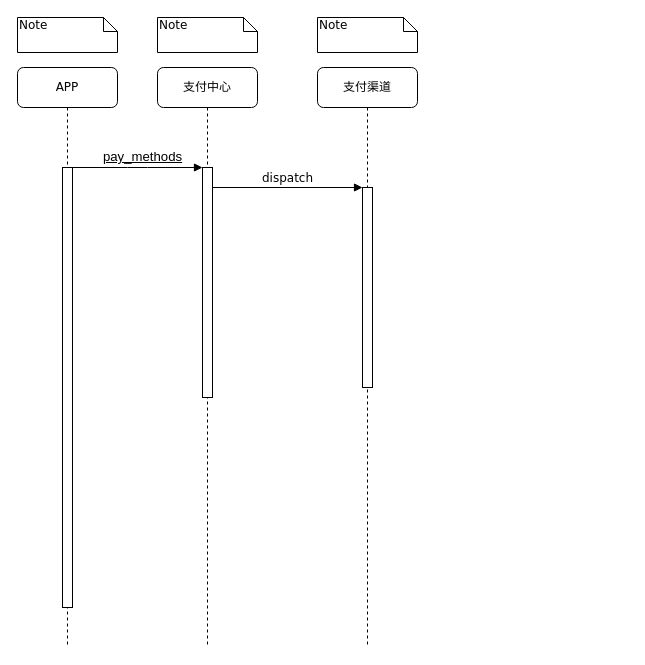
Before: page "收银台流程图" (1 of 3) of Untitled Diagram.drawio in onlymuxia/Markdown, a draw.io diagram. Source tidied: cells renumbered, new cells numbered last; positions are measured from the earlier drawing's top-left corner, leaving out a move shared by most shapes. Both pictures are drawn from the tidied source at 100%, with x=0, y=0 at pixel (17, 17).
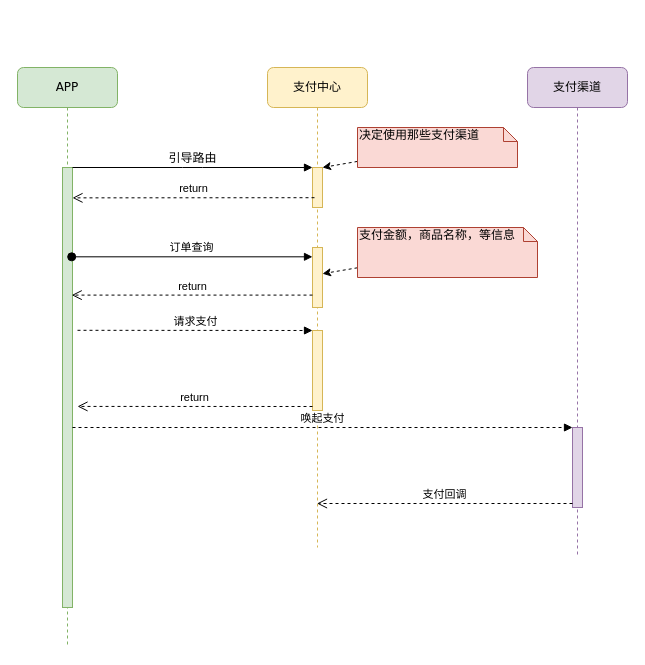
The same diagram, later.

Diff of the diagram source:
```diff
@@
-    <mxCell id="2" value="支付中心" style="shape=umlLifeline;perimeter=lifelinePerimeter;whiteSpace=wrap;html=1;outlineConnect=0;rounded=1;shadow=0;comic=0;labelBackgroundColor=none;strokeWidth=1;fontFamily=Verdana;fontSize=12;align=center;" parent="1" vertex="1">
-      <mxGeometry x="140" y="50" width="100" height="580" as="geometry" />
+    <mxCell id="2" value="支付中心" style="shape=umlLifeline;perimeter=lifelinePerimeter;whiteSpace=wrap;html=1;outlineConnect=0;rounded=1;shadow=0;comic=0;labelBackgroundColor=none;strokeWidth=1;fontFamily=Verdana;fontSize=12;align=center;fillColor=#fff2cc;strokeColor=#d6b656;" parent="1" vertex="1">
+      <mxGeometry x="250" y="50" width="100" height="480" as="geometry" />
     </mxCell>
-    <mxCell id="3" style="html=1;points=[];perimeter=orthogonalPerimeter;rounded=0;shadow=0;comic=0;labelBackgroundColor=none;strokeWidth=1;fontFamily=Verdana;fontSize=12;align=center;" parent="2" vertex="1">
-      <mxGeometry x="45" y="100" width="10" height="230" as="geometry" />
+    <mxCell id="3" style="html=1;points=[];perimeter=orthogonalPerimeter;rounded=0;shadow=0;comic=0;labelBackgroundColor=none;strokeWidth=1;fontFamily=Verdana;fontSize=12;align=center;fillColor=#fff2cc;strokeColor=#d6b656;" parent="2" vertex="1">
+      <mxGeometry x="45" y="100" width="10" height="40" as="geometry" />
     </mxCell>
+    <mxCell id="13" style="html=1;points=[];perimeter=orthogonalPerimeter;fillColor=#fff2cc;strokeColor=#d6b656;" parent="2" vertex="1">
+      <mxGeometry x="45" y="180" width="10" height="60" as="geometry" />
+    </mxCell>
+    <mxCell id="14" style="html=1;points=[];perimeter=orthogonalPerimeter;fillColor=#fff2cc;strokeColor=#d6b656;" parent="2" vertex="1">
+      <mxGeometry x="45" y="263" width="10" height="80" as="geometry" />
+    </mxCell>
-    <mxCell id="4" value="支付渠道" style="shape=umlLifeline;perimeter=lifelinePerimeter;whiteSpace=wrap;html=1;rounded=1;shadow=0;comic=0;labelBackgroundColor=none;strokeWidth=1;fontFamily=Verdana;fontSize=12;align=center;" parent="1" vertex="1">
-      <mxGeometry x="300" y="50" width="100" height="580" as="geometry" />
+    <mxCell id="4" value="支付渠道" style="shape=umlLifeline;perimeter=lifelinePerimeter;whiteSpace=wrap;html=1;rounded=1;shadow=0;comic=0;labelBackgroundColor=none;strokeWidth=1;fontFamily=Verdana;fontSize=12;align=center;fillColor=#e1d5e7;strokeColor=#9673a6;" parent="1" vertex="1">
+      <mxGeometry x="510" y="50" width="100" height="490" as="geometry" />
     </mxCell>
-    <mxCell id="5" style="html=1;points=[];perimeter=orthogonalPerimeter;rounded=0;shadow=0;comic=0;labelBackgroundColor=none;strokeWidth=1;fontFamily=Verdana;fontSize=12;align=center;" parent="4" vertex="1">
-      <mxGeometry x="45" y="120" width="10" height="200" as="geometry" />
-    </mxCell>
+    <mxCell id="15" style="html=1;points=[];perimeter=orthogonalPerimeter;fillColor=#e1d5e7;strokeColor=#9673a6;" parent="4" vertex="1">
+      <mxGeometry x="45" y="360" width="10" height="80" as="geometry" />
+    </mxCell>
-    <mxCell id="6" value="APP" style="shape=umlLifeline;perimeter=lifelinePerimeter;whiteSpace=wrap;html=1;rounded=1;shadow=0;comic=0;labelBackgroundColor=none;strokeWidth=1;fontFamily=Verdana;fontSize=12;align=center;" parent="1" vertex="1">
+    <mxCell id="6" value="APP" style="shape=umlLifeline;perimeter=lifelinePerimeter;whiteSpace=wrap;html=1;rounded=1;shadow=0;comic=0;labelBackgroundColor=none;strokeWidth=1;fontFamily=Verdana;fontSize=12;align=center;fillColor=#d5e8d4;strokeColor=#82b366;" parent="1" vertex="1">
       <mxGeometry y="50" width="100" height="580" as="geometry" />
     </mxCell>
-    <mxCell id="7" style="html=1;points=[];perimeter=orthogonalPerimeter;rounded=0;shadow=0;comic=0;labelBackgroundColor=none;strokeWidth=1;fontFamily=Verdana;fontSize=12;align=center;" parent="6" vertex="1">
+    <mxCell id="7" style="html=1;points=[];perimeter=orthogonalPerimeter;rounded=0;shadow=0;comic=0;labelBackgroundColor=none;strokeWidth=1;fontFamily=Verdana;fontSize=12;align=center;fillColor=#d5e8d4;strokeColor=#82b366;" parent="6" vertex="1">
       <mxGeometry x="45" y="100" width="10" height="440" as="geometry" />
     </mxCell>
-    <mxCell id="8" value="&lt;h3 style=&quot;margin: 0px ; padding: 0px ; border: 0px ; font-weight: inherit ; font-stretch: inherit ; font-size: 1.1em ; line-height: 1.1em ; font-family: &amp;#34;droid sans&amp;#34; , sans-serif ; vertical-align: baseline ; clear: none ; width: auto ; text-align: left ; white-space: normal&quot;&gt;&lt;span class=&quot;path&quot; style=&quot;margin: 0px ; padding: 0px 0px 0px 10px ; border: 0px ; font: inherit ; vertical-align: baseline&quot;&gt;&lt;a href=&quot;https://paytest.baojunev.com/payplugin/swagger-ui.html#!/243412354836335300012550921475/getPayMethodsUsingGET&quot; class=&quot;toggleOperation &quot; style=&quot;margin: 0px ; padding: 0px ; border: 0px ; font: inherit ; vertical-align: baseline ; color: black&quot;&gt;pay_methods&lt;/a&gt;&lt;/span&gt;&lt;/h3&gt;" style="html=1;verticalAlign=bottom;endArrow=block;entryX=0;entryY=0;labelBackgroundColor=none;fontFamily=Verdana;fontSize=12;edgeStyle=elbowEdgeStyle;elbow=vertical;" parent="1" edge="1" source="7" target="3">
+    <mxCell id="8" value="引导路由" style="html=1;verticalAlign=bottom;endArrow=block;entryX=0;entryY=0;labelBackgroundColor=none;fontFamily=Verdana;fontSize=12;edgeStyle=elbowEdgeStyle;elbow=vertical;" parent="1" edge="1" source="7" target="3">
       <mxGeometry relative="1" as="geometry" />
     </mxCell>
-    <mxCell id="9" value="dispatch" style="html=1;verticalAlign=bottom;endArrow=block;entryX=0;entryY=0;labelBackgroundColor=none;fontFamily=Verdana;fontSize=12;edgeStyle=elbowEdgeStyle;elbow=vertical;" parent="1" edge="1" source="3" target="5">
-      <mxGeometry relative="1" as="geometry" />
-    </mxCell>
+    <mxCell id="16" style="rounded=0;jettySize=auto;html=1;dashed=1;" parent="1" edge="1" source="10" target="3">
+      <mxGeometry relative="1" as="geometry" />
+    </mxCell>
-    <mxCell id="10" value="Note" style="shape=note;whiteSpace=wrap;html=1;size=14;verticalAlign=top;align=left;spacingTop=-6;rounded=0;shadow=0;comic=0;labelBackgroundColor=none;strokeWidth=1;fontFamily=Verdana;fontSize=12;" parent="1" vertex="1">
-      <mxGeometry width="100" height="35" as="geometry" />
+    <mxCell id="10" value="决定使用那些支付渠道" style="shape=note;whiteSpace=wrap;html=1;size=14;verticalAlign=top;align=left;spacingTop=-6;rounded=0;shadow=0;comic=0;labelBackgroundColor=none;strokeWidth=1;fontFamily=Verdana;fontSize=12;fillColor=#fad9d5;strokeColor=#ae4132;" parent="1" vertex="1">
+      <mxGeometry x="340" y="110" width="160" height="40" as="geometry" />
     </mxCell>
-    <mxCell id="11" value="Note" style="shape=note;whiteSpace=wrap;html=1;size=14;verticalAlign=top;align=left;spacingTop=-6;rounded=0;shadow=0;comic=0;labelBackgroundColor=none;strokeWidth=1;fontFamily=Verdana;fontSize=12;" parent="1" vertex="1">
-      <mxGeometry x="140" width="100" height="35" as="geometry" />
-    </mxCell>
-    <mxCell id="12" value="Note" style="shape=note;whiteSpace=wrap;html=1;size=14;verticalAlign=top;align=left;spacingTop=-6;rounded=0;shadow=0;comic=0;labelBackgroundColor=none;strokeWidth=1;fontFamily=Verdana;fontSize=12;" parent="1" vertex="1">
-      <mxGeometry x="300" width="100" height="35" as="geometry" />
-    </mxCell>
+    <mxCell id="17" value="return" style="html=1;verticalAlign=bottom;endArrow=open;dashed=1;endSize=8;entryX=1;entryY=0.069;entryDx=0;entryDy=0;entryPerimeter=0;exitX=0.2;exitY=0.755;exitDx=0;exitDy=0;exitPerimeter=0;" parent="1" edge="1" source="3" target="7">
+      <mxGeometry relative="1" as="geometry" />
+    </mxCell>
+    <mxCell id="18" value="订单查询" style="html=1;verticalAlign=bottom;startArrow=oval;endArrow=block;startSize=8;exitX=0.92;exitY=0.203;exitDx=0;exitDy=0;exitPerimeter=0;" parent="1" edge="1" source="7" target="13">
+      <mxGeometry relative="1" as="geometry" />
+    </mxCell>
+    <mxCell id="19" value="return" style="html=1;verticalAlign=bottom;endArrow=open;dashed=1;endSize=8;entryX=0.92;entryY=0.29;entryDx=0;entryDy=0;entryPerimeter=0;" parent="1" edge="1" source="13" target="7">
+      <mxGeometry relative="1" as="geometry" />
+    </mxCell>
+    <mxCell id="20" style="edgeStyle=none;rounded=0;jettySize=auto;html=1;entryX=1;entryY=0.437;entryDx=0;entryDy=0;entryPerimeter=0;dashed=1;" parent="1" edge="1" source="21" target="13">
+      <mxGeometry relative="1" as="geometry" />
+    </mxCell>
+    <mxCell id="21" value="支付金额，商品名称，等信息" style="shape=note;whiteSpace=wrap;html=1;size=14;verticalAlign=top;align=left;spacingTop=-6;rounded=0;shadow=0;comic=0;labelBackgroundColor=none;strokeWidth=1;fontFamily=Verdana;fontSize=12;fillColor=#fad9d5;strokeColor=#ae4132;" parent="1" vertex="1">
+      <mxGeometry x="340" y="210" width="180" height="50" as="geometry" />
+    </mxCell>
+    <mxCell id="22" value="请求支付" style="html=1;verticalAlign=bottom;endArrow=block;entryX=0;entryY=0;dashed=1;exitX=1.5;exitY=0.37;exitDx=0;exitDy=0;exitPerimeter=0;" parent="1" edge="1" source="7" target="14">
+      <mxGeometry relative="1" as="geometry" />
+    </mxCell>
+    <mxCell id="23" value="return" style="html=1;verticalAlign=bottom;endArrow=open;dashed=1;endSize=8;exitX=0;exitY=0.95;entryX=1.5;entryY=0.543;entryDx=0;entryDy=0;entryPerimeter=0;" parent="1" edge="1" source="14" target="7">
+      <mxGeometry relative="1" as="geometry" />
+    </mxCell>
+    <mxCell id="24" value="唤起支付" style="html=1;verticalAlign=bottom;endArrow=block;entryX=0;entryY=0;dashed=1;" parent="1" edge="1" source="7" target="15">
+      <mxGeometry relative="1" as="geometry" />
+    </mxCell>
+    <mxCell id="25" value="支付回调" style="html=1;verticalAlign=bottom;endArrow=open;dashed=1;endSize=8;exitX=0;exitY=0.95;" parent="1" edge="1" source="15" target="2">
+      <mxGeometry relative="1" as="geometry" />
+    </mxCell>
```
